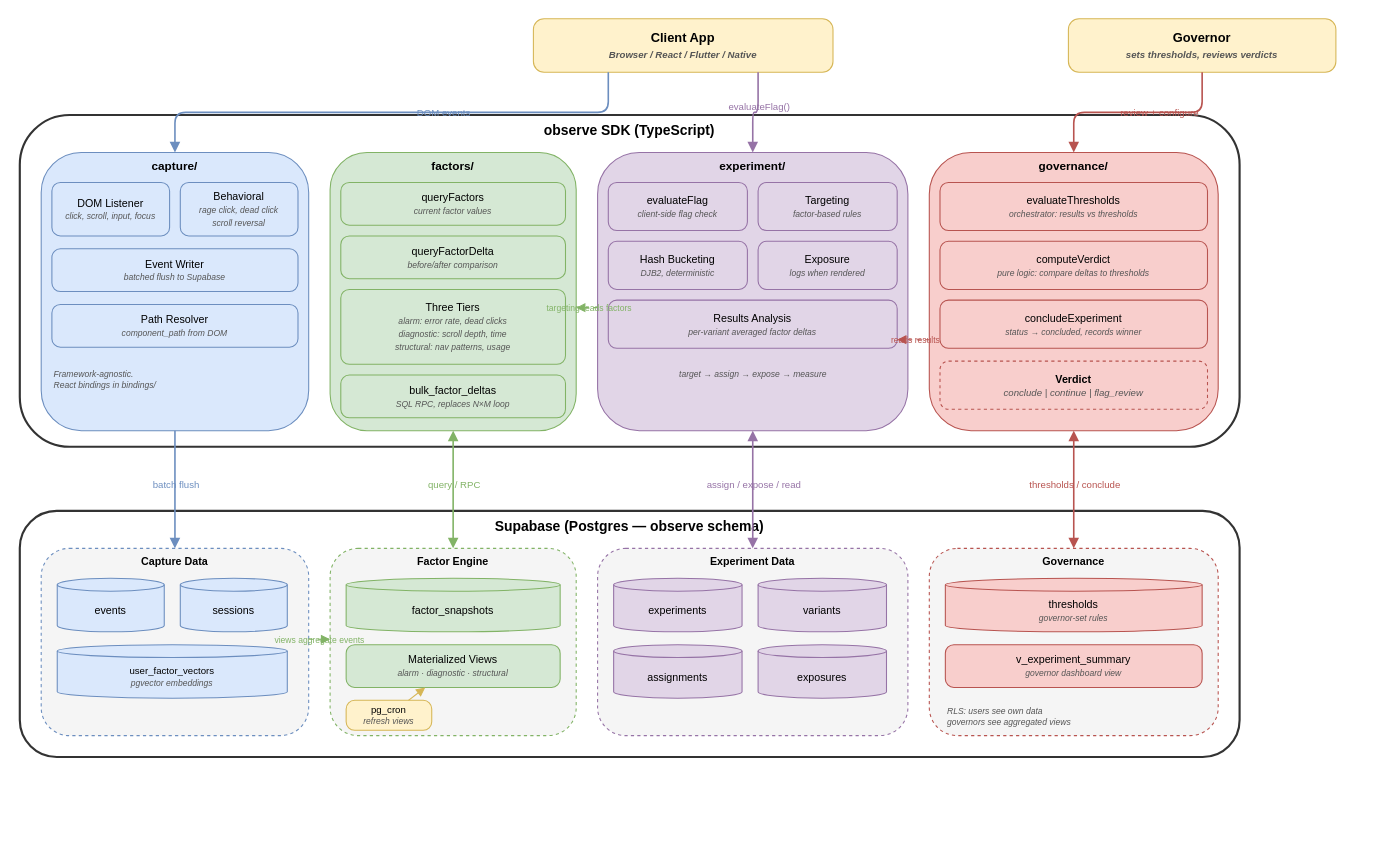
jjrasche/factoredui keeps this draw.io diagram as docs/architecture.drawio. Above is the earlier version. Source tidied: cells renumbered, new cells numbered last; positions are measured from the earlier drawing's top-left corner, leaving out a move shared by most shapes. Both pictures are drawn from the tidied source at 107%, with x=0, y=0 at pixel (19, 18).
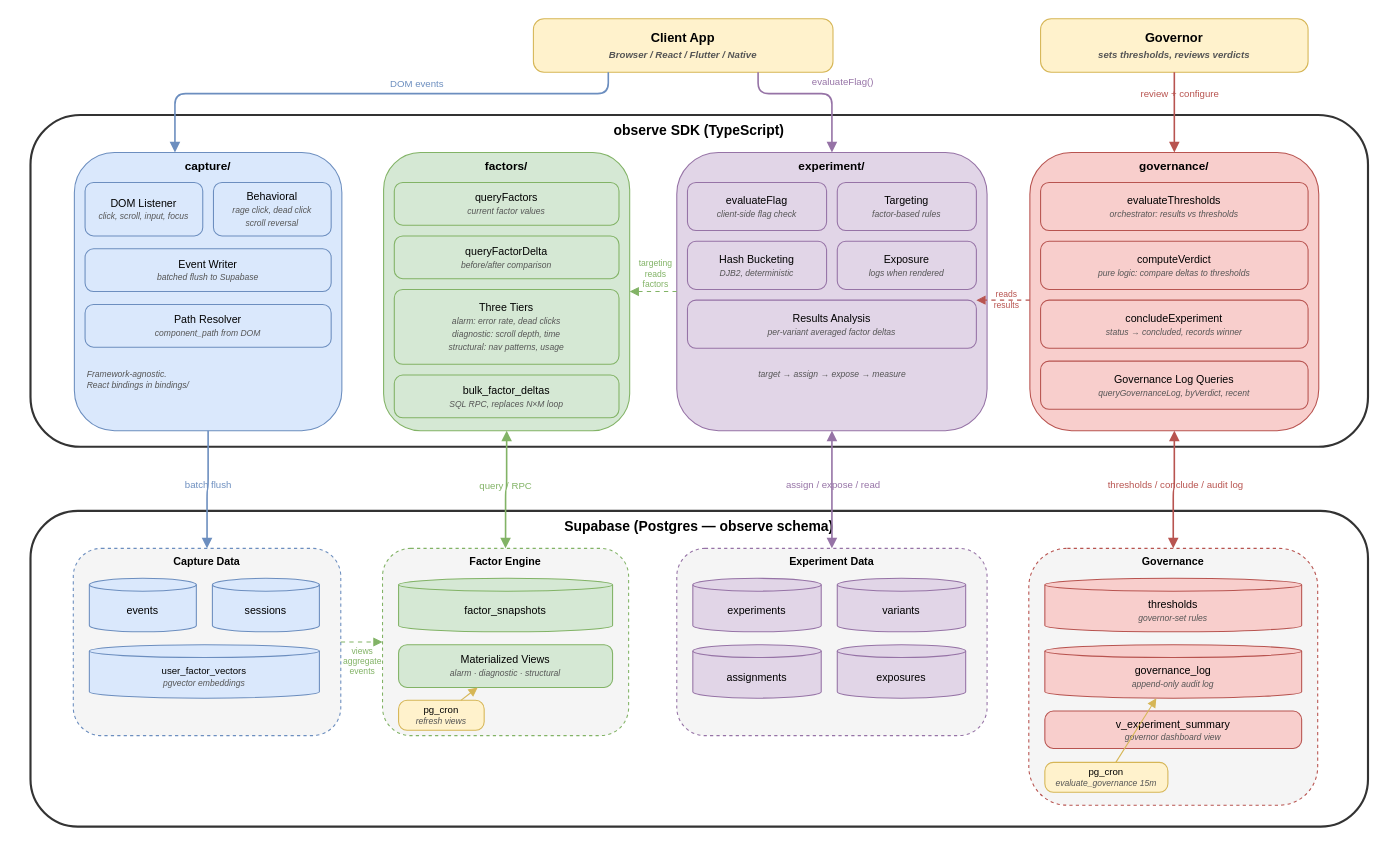
Above is the later version.

Commit message (it also covers changes not shown here):
Add governance log query layer, update architecture diagram

The change refers to these unchanged cells:
```xml
<mxCell id="2" value="Client App&lt;br&gt;&lt;i style='font-size:9px;color:#555'&gt;Browser / React / Flutter / Native&lt;/i&gt;" style="whiteSpace=wrap;html=1;rounded=1;absoluteArcSize=1;arcSize=20;fillColor=#fff2cc;strokeColor=#d6b656;fontSize=12;fontStyle=1;" parent="1" vertex="1">
  <mxGeometry x="480" width="280" height="50" as="geometry" />
</mxCell>
<mxCell id="20" value="Results Analysis&lt;br&gt;&lt;i style='font-size:8px;color:#555'&gt;per-variant averaged factor deltas&lt;/i&gt;" style="whiteSpace=wrap;html=1;rounded=1;absoluteArcSize=1;arcSize=16;fillColor=#e1d5e7;strokeColor=#9673a6;fontSize=10;" parent="15" vertex="1">
  <mxGeometry x="10" y="138" width="270" height="45" as="geometry" />
</mxCell>
<mxCell id="34" value="Materialized Views&lt;br&gt;&lt;i style='font-size:8px;color:#555'&gt;alarm · diagnostic · structural&lt;/i&gt;" style="whiteSpace=wrap;html=1;rounded=1;absoluteArcSize=1;arcSize=16;fillColor=#d5e8d4;strokeColor=#82b366;fontSize=10;" parent="32" vertex="1">
  <mxGeometry x="15" y="90" width="200" height="40" as="geometry" />
</mxCell>
<mxCell id="35" value="pg_cron&lt;br&gt;&lt;i style='font-size:8px;color:#555'&gt;refresh views&lt;/i&gt;" style="whiteSpace=wrap;html=1;rounded=1;absoluteArcSize=1;arcSize=16;fillColor=#fff2cc;strokeColor=#d6b656;fontSize=9;" parent="32" vertex="1">
  <mxGeometry x="15" y="142" width="80" height="28" as="geometry" />
</mxCell>
<mxCell id="49" style="edgeStyle=orthogonalEdgeStyle;html=1;strokeColor=#6c8ebf;endArrow=block;endFill=1;strokeWidth=1.5;" parent="1" edge="1" source="4" target="28">
  <mxGeometry relative="1" as="geometry" />
</mxCell>
<mxCell id="51" style="edgeStyle=orthogonalEdgeStyle;html=1;strokeColor=#82b366;endArrow=block;endFill=1;strokeWidth=1.5;startArrow=block;startFill=1;" parent="1" edge="1" source="10" target="32">
  <mxGeometry relative="1" as="geometry" />
</mxCell>
<mxCell id="55" style="edgeStyle=orthogonalEdgeStyle;html=1;strokeColor=#b85450;endArrow=block;endFill=1;strokeWidth=1.5;startArrow=block;startFill=1;" parent="1" edge="1" source="22" target="41">
  <mxGeometry relative="1" as="geometry" />
</mxCell>
<mxCell id="65" style="edgeStyle=orthogonalEdgeStyle;html=1;strokeColor=#b85450;endArrow=block;endFill=1;strokeWidth=1.5;" parent="1" edge="1" source="64" target="22">
  <mxGeometry relative="1" as="geometry" />
</mxCell>
```

The edit, as a diff of the source:
```diff
@@
     <mxCell id="3" value="observe SDK (TypeScript)" style="rounded=1;whiteSpace=wrap;html=1;fillColor=none;strokeColor=#333333;fontSize=13;fontStyle=1;verticalAlign=top;strokeWidth=2;" parent="1" vertex="1">
-      <mxGeometry y="90" width="1140" height="310" as="geometry" />
+      <mxGeometry x="10" y="90" width="1250" height="310" as="geometry" />
     </mxCell>
     <mxCell id="4" value="capture/" style="rounded=1;whiteSpace=wrap;html=1;fillColor=#dae8fc;strokeColor=#6c8ebf;fontSize=11;fontStyle=1;verticalAlign=top;" parent="3" vertex="1">
-      <mxGeometry x="20" y="35" width="250" height="260" as="geometry" />
+      <mxGeometry x="41" y="35" width="250" height="260" as="geometry" />
     </mxCell>
@@
     <mxCell id="10" value="factors/" style="rounded=1;whiteSpace=wrap;html=1;fillColor=#d5e8d4;strokeColor=#82b366;fontSize=11;fontStyle=1;verticalAlign=top;" parent="3" vertex="1">
-      <mxGeometry x="290" y="35" width="230" height="260" as="geometry" />
+      <mxGeometry x="330" y="35" width="230" height="260" as="geometry" />
     </mxCell>
@@
     <mxCell id="15" value="experiment/" style="rounded=1;whiteSpace=wrap;html=1;fillColor=#e1d5e7;strokeColor=#9673a6;fontSize=11;fontStyle=1;verticalAlign=top;" parent="3" vertex="1">
-      <mxGeometry x="540" y="35" width="290" height="260" as="geometry" />
+      <mxGeometry x="604" y="35" width="290" height="260" as="geometry" />
     </mxCell>
@@
     <mxCell id="22" value="governance/" style="rounded=1;whiteSpace=wrap;html=1;fillColor=#f8cecc;strokeColor=#b85450;fontSize=11;fontStyle=1;verticalAlign=top;" parent="3" vertex="1">
-      <mxGeometry x="850" y="35" width="270" height="260" as="geometry" />
+      <mxGeometry x="934" y="35" width="270" height="260" as="geometry" />
     </mxCell>
@@
-    <mxCell id="26" value="&lt;b&gt;Verdict&lt;/b&gt;&lt;br&gt;&lt;i style='font-size:9px;color:#555'&gt;conclude | continue | flag_review&lt;/i&gt;" style="whiteSpace=wrap;html=1;rounded=1;absoluteArcSize=1;arcSize=16;fillColor=#f8cecc;strokeColor=#b85450;fontSize=10;dashed=1;" parent="22" vertex="1">
-      <mxGeometry x="10" y="195" width="250" height="45" as="geometry" />
-    </mxCell>
+    <mxCell id="67" value="Governance Log Queries&lt;br&gt;&lt;i style='font-size:8px;color:#555'&gt;queryGovernanceLog, byVerdict, recent&lt;/i&gt;" style="whiteSpace=wrap;html=1;rounded=1;absoluteArcSize=1;arcSize=16;fillColor=#f8cecc;strokeColor=#b85450;fontSize=10;" parent="22" vertex="1">
+      <mxGeometry x="10" y="195" width="250" height="45" as="geometry" />
+    </mxCell>
+    <mxCell id="57" style="edgeStyle=orthogonalEdgeStyle;html=1;strokeColor=#82b366;endArrow=block;endFill=1;strokeWidth=1;dashed=1;dashPattern=4 4;" parent="3" edge="1" source="15" target="10">
+      <mxGeometry relative="1" as="geometry">
+        <Array as="points">
+          <mxPoint x="530" y="180" />
+          <mxPoint x="530" y="180" />
+        </Array>
+      </mxGeometry>
+    </mxCell>
+    <mxCell id="58" value="targeting&lt;br&gt;reads&lt;br&gt;factors" style="edgeLabel;html=1;align=center;verticalAlign=middle;labelBackgroundColor=none;fontColor=#82b366;fontSize=8;" parent="57" vertex="1">
+      <mxGeometry x="-0.1" relative="1" as="geometry">
+        <mxPoint x="-1" y="-17" as="offset" />
+      </mxGeometry>
+    </mxCell>
+    <mxCell id="59" style="edgeStyle=orthogonalEdgeStyle;html=1;strokeColor=#b85450;endArrow=block;endFill=1;strokeWidth=1;dashed=1;dashPattern=4 4;" parent="3" edge="1" source="22" target="20">
+      <mxGeometry relative="1" as="geometry">
+        <Array as="points">
+          <mxPoint x="840" y="210" />
+          <mxPoint x="840" y="210" />
+        </Array>
+      </mxGeometry>
+    </mxCell>
+    <mxCell id="60" value="reads&lt;br&gt;results" style="edgeLabel;html=1;align=center;verticalAlign=middle;labelBackgroundColor=none;fontColor=#b85450;fontSize=8;" parent="59" vertex="1">
+      <mxGeometry x="-0.1" relative="1" as="geometry">
+        <mxPoint y="-1" as="offset" />
+      </mxGeometry>
+    </mxCell>
     <mxCell id="27" value="Supabase (Postgres — observe schema)" style="rounded=1;whiteSpace=wrap;html=1;fillColor=none;strokeColor=#333333;fontSize=13;fontStyle=1;verticalAlign=top;strokeWidth=2;" parent="1" vertex="1">
-      <mxGeometry y="460" width="1140" height="230" as="geometry" />
+      <mxGeometry x="10" y="460" width="1250" height="295" as="geometry" />
     </mxCell>
     <mxCell id="28" value="Capture Data" style="rounded=1;whiteSpace=wrap;html=1;dashed=1;fillColor=#f5f5f5;strokeColor=#6c8ebf;fontSize=10;fontStyle=1;verticalAlign=top;" parent="27" vertex="1">
-      <mxGeometry x="20" y="35" width="250" height="175" as="geometry" />
+      <mxGeometry x="40" y="35" width="250" height="175" as="geometry" />
     </mxCell>
@@
     <mxCell id="32" value="Factor Engine" style="rounded=1;whiteSpace=wrap;html=1;dashed=1;fillColor=#f5f5f5;strokeColor=#82b366;fontSize=10;fontStyle=1;verticalAlign=top;" parent="27" vertex="1">
-      <mxGeometry x="290" y="35" width="230" height="175" as="geometry" />
+      <mxGeometry x="329" y="35" width="230" height="175" as="geometry" />
     </mxCell>
@@
     <mxCell id="36" value="Experiment Data" style="rounded=1;whiteSpace=wrap;html=1;dashed=1;fillColor=#f5f5f5;strokeColor=#9673a6;fontSize=10;fontStyle=1;verticalAlign=top;" parent="27" vertex="1">
-      <mxGeometry x="540" y="35" width="290" height="175" as="geometry" />
+      <mxGeometry x="604" y="35" width="290" height="175" as="geometry" />
     </mxCell>
@@
     <mxCell id="41" value="Governance" style="rounded=1;whiteSpace=wrap;html=1;dashed=1;fillColor=#f5f5f5;strokeColor=#b85450;fontSize=10;fontStyle=1;verticalAlign=top;" parent="27" vertex="1">
-      <mxGeometry x="850" y="35" width="270" height="175" as="geometry" />
+      <mxGeometry x="933" y="35" width="270" height="240" as="geometry" />
     </mxCell>
@@
+    <mxCell id="68" value="governance_log&lt;br&gt;&lt;i style='font-size:8px;color:#555'&gt;append-only audit log&lt;/i&gt;" style="shape=cylinder3;whiteSpace=wrap;html=1;boundedLbl=1;backgroundOutline=1;size=6;fillColor=#f8cecc;strokeColor=#b85450;fontSize=10;" parent="41" vertex="1">
+      <mxGeometry x="15" y="90" width="240" height="50" as="geometry" />
+    </mxCell>
     <mxCell id="43" value="v_experiment_summary&lt;br&gt;&lt;i style='font-size:8px;color:#555'&gt;governor dashboard view&lt;/i&gt;" style="whiteSpace=wrap;html=1;rounded=1;absoluteArcSize=1;arcSize=16;fillColor=#f8cecc;strokeColor=#b85450;fontSize=10;" parent="41" vertex="1">
-      <mxGeometry x="15" y="90" width="240" height="40" as="geometry" />
+      <mxGeometry x="15" y="152" width="240" height="35" as="geometry" />
     </mxCell>
-    <mxCell id="44" value="&lt;i style='font-size:8px;color:#555'&gt;RLS: users see own data&lt;br&gt;governors see aggregated views&lt;/i&gt;" style="text;html=1;fontSize=9;align=left;verticalAlign=top;fillColor=none;strokeColor=none;" parent="41" vertex="1">
-      <mxGeometry x="15" y="140" width="240" height="30" as="geometry" />
-    </mxCell>
+    <mxCell id="69" value="pg_cron&lt;br&gt;&lt;i style='font-size:8px;color:#555'&gt;evaluate_governance 15m&lt;/i&gt;" style="whiteSpace=wrap;html=1;rounded=1;absoluteArcSize=1;arcSize=16;fillColor=#fff2cc;strokeColor=#d6b656;fontSize=9;" parent="41" vertex="1">
+      <mxGeometry x="15" y="200" width="115" height="28" as="geometry" />
+    </mxCell>
+    <mxCell id="61" style="edgeStyle=none;html=1;strokeColor=#d6b656;endArrow=block;endFill=1;strokeWidth=1;" parent="27" edge="1" source="35" target="34">
+      <mxGeometry relative="1" as="geometry" />
+    </mxCell>
+    <mxCell id="70" style="edgeStyle=none;html=1;strokeColor=#d6b656;endArrow=block;endFill=1;strokeWidth=1;" parent="27" edge="1" source="69" target="68">
+      <mxGeometry relative="1" as="geometry" />
+    </mxCell>
+    <mxCell id="62" style="edgeStyle=orthogonalEdgeStyle;html=1;strokeColor=#82b366;endArrow=block;endFill=1;strokeWidth=1;dashed=1;dashPattern=4 4;" parent="27" edge="1" source="28" target="32">
+      <mxGeometry relative="1" as="geometry">
+        <Array as="points">
+          <mxPoint x="280" y="120" />
+          <mxPoint x="280" y="120" />
+        </Array>
+      </mxGeometry>
+    </mxCell>
+    <mxCell id="63" value="views &lt;br&gt;aggregate&lt;br&gt;events" style="edgeLabel;html=1;align=center;verticalAlign=middle;labelBackgroundColor=none;fontColor=#82b366;fontSize=8;" parent="62" vertex="1">
+      <mxGeometry x="-0.1" relative="1" as="geometry">
+        <mxPoint x="1" y="18" as="offset" />
+      </mxGeometry>
+    </mxCell>
     <mxCell id="45" style="edgeStyle=orthogonalEdgeStyle;html=1;strokeColor=#6c8ebf;endArrow=block;endFill=1;strokeWidth=1.5;exitX=0.25;exitY=1;exitDx=0;exitDy=0;" parent="1" edge="1" source="2" target="4">
-      <mxGeometry relative="1" as="geometry" />
+      <mxGeometry relative="1" as="geometry">
+        <Array as="points">
+          <mxPoint x="550" y="70" />
+          <mxPoint x="145" y="70" />
+        </Array>
+      </mxGeometry>
     </mxCell>
     <mxCell id="46" value="DOM events" style="edgeLabel;html=1;align=center;verticalAlign=middle;labelBackgroundColor=none;fontColor=#6c8ebf;fontSize=9;" parent="45" vertex="1">
-      <mxGeometry x="-0.2" relative="1" as="geometry" />
+      <mxGeometry x="-0.2" relative="1" as="geometry">
+        <mxPoint x="-8" y="-10" as="offset" />
+      </mxGeometry>
     </mxCell>
     <mxCell id="47" style="edgeStyle=orthogonalEdgeStyle;html=1;strokeColor=#9673a6;endArrow=block;endFill=1;strokeWidth=1.5;exitX=0.75;exitY=1;exitDx=0;exitDy=0;" parent="1" edge="1" source="2" target="15">
-      <mxGeometry relative="1" as="geometry" />
+      <mxGeometry relative="1" as="geometry">
+        <Array as="points">
+          <mxPoint x="690" y="70" />
+          <mxPoint x="759" y="70" />
+        </Array>
+      </mxGeometry>
     </mxCell>
     <mxCell id="48" value="evaluateFlag()" style="edgeLabel;html=1;align=center;verticalAlign=middle;labelBackgroundColor=none;fontColor=#9673a6;fontSize=9;" parent="47" vertex="1">
-      <mxGeometry x="-0.2" relative="1" as="geometry" />
+      <mxGeometry x="-0.2" relative="1" as="geometry">
+        <mxPoint x="40" y="-12" as="offset" />
+      </mxGeometry>
     </mxCell>
@@
     <mxCell id="50" value="batch flush" style="edgeLabel;html=1;align=center;verticalAlign=middle;labelBackgroundColor=none;fontColor=#6c8ebf;fontSize=9;" parent="49" vertex="1">
-      <mxGeometry x="-0.1" relative="1" as="geometry" />
+      <mxGeometry x="-0.1" relative="1" as="geometry">
+        <mxPoint x="-1" as="offset" />
+      </mxGeometry>
     </mxCell>
@@
     <mxCell id="52" value="query / RPC" style="edgeLabel;html=1;align=center;verticalAlign=middle;labelBackgroundColor=none;fontColor=#82b366;fontSize=9;" parent="51" vertex="1">
-      <mxGeometry x="-0.1" relative="1" as="geometry" />
+      <mxGeometry x="-0.1" relative="1" as="geometry">
+        <mxPoint x="-2" y="1" as="offset" />
+      </mxGeometry>
     </mxCell>
@@
-    <mxCell id="56" value="thresholds / conclude" style="edgeLabel;html=1;align=center;verticalAlign=middle;labelBackgroundColor=none;fontColor=#b85450;fontSize=9;" parent="55" vertex="1">
+    <mxCell id="56" value="thresholds / conclude / audit log" style="edgeLabel;html=1;align=center;verticalAlign=middle;labelBackgroundColor=none;fontColor=#b85450;fontSize=9;" parent="55" vertex="1">
       <mxGeometry x="-0.1" relative="1" as="geometry" />
     </mxCell>
-    <mxCell id="57" style="edgeStyle=orthogonalEdgeStyle;html=1;strokeColor=#82b366;endArrow=block;endFill=1;strokeWidth=1;dashed=1;dashPattern=4 4;" parent="3" edge="1" source="15" target="10">
-      <mxGeometry relative="1" as="geometry">
-        <Array as="points">
-          <mxPoint x="530" y="180" />
-          <mxPoint x="530" y="180" />
-        </Array>
-      </mxGeometry>
-    </mxCell>
-    <mxCell id="58" value="targeting reads factors" style="edgeLabel;html=1;align=center;verticalAlign=middle;labelBackgroundColor=none;fontColor=#82b366;fontSize=8;" parent="57" vertex="1">
-      <mxGeometry x="-0.1" relative="1" as="geometry" />
-    </mxCell>
-    <mxCell id="59" style="edgeStyle=orthogonalEdgeStyle;html=1;strokeColor=#b85450;endArrow=block;endFill=1;strokeWidth=1;dashed=1;dashPattern=4 4;" parent="3" edge="1" source="22" target="20">
-      <mxGeometry relative="1" as="geometry">
-        <Array as="points">
-          <mxPoint x="840" y="210" />
-          <mxPoint x="840" y="210" />
-        </Array>
-      </mxGeometry>
-    </mxCell>
-    <mxCell id="60" value="reads results" style="edgeLabel;html=1;align=center;verticalAlign=middle;labelBackgroundColor=none;fontColor=#b85450;fontSize=8;" parent="59" vertex="1">
-      <mxGeometry x="-0.1" relative="1" as="geometry" />
-    </mxCell>
-    <mxCell id="61" style="edgeStyle=none;html=1;strokeColor=#d6b656;endArrow=block;endFill=1;strokeWidth=1;" parent="27" edge="1" source="35" target="34">
-      <mxGeometry relative="1" as="geometry" />
-    </mxCell>
-    <mxCell id="62" style="edgeStyle=orthogonalEdgeStyle;html=1;strokeColor=#82b366;endArrow=block;endFill=1;strokeWidth=1;dashed=1;dashPattern=4 4;" parent="27" edge="1" source="28" target="32">
-      <mxGeometry relative="1" as="geometry">
-        <Array as="points">
-          <mxPoint x="280" y="120" />
-          <mxPoint x="280" y="120" />
-        </Array>
-      </mxGeometry>
-    </mxCell>
-    <mxCell id="63" value="views aggregate events" style="edgeLabel;html=1;align=center;verticalAlign=middle;labelBackgroundColor=none;fontColor=#82b366;fontSize=8;" parent="62" vertex="1">
-      <mxGeometry x="-0.1" relative="1" as="geometry" />
-    </mxCell>
     <mxCell id="64" value="Governor&lt;br&gt;&lt;i style='font-size:9px;color:#555'&gt;sets thresholds, reviews verdicts&lt;/i&gt;" style="whiteSpace=wrap;html=1;rounded=1;absoluteArcSize=1;arcSize=20;fillColor=#fff2cc;strokeColor=#d6b656;fontSize=12;fontStyle=1;" parent="1" vertex="1">
-      <mxGeometry x="980" width="250" height="50" as="geometry" />
+      <mxGeometry x="954" width="250" height="50" as="geometry" />
     </mxCell>
@@
     <mxCell id="66" value="review + configure" style="edgeLabel;html=1;align=center;verticalAlign=middle;labelBackgroundColor=none;fontColor=#b85450;fontSize=9;" parent="65" vertex="1">
-      <mxGeometry x="-0.2" relative="1" as="geometry" />
+      <mxGeometry x="-0.2" relative="1" as="geometry">
+        <mxPoint x="4" y="-10" as="offset" />
+      </mxGeometry>
     </mxCell>
```
